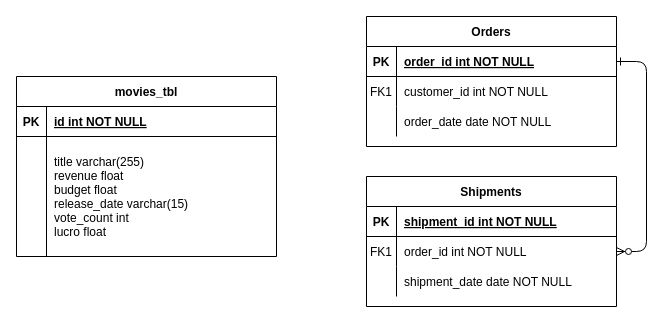
Above: desenho_solucao/Modelagem_Tabelas.drawio in bproencampos/integration-flow-challenge (draw.io), before the change. Source tidied: cells renumbered, new cells numbered last; positions are measured from the earlier drawing's top-left corner, leaving out a move shared by most shapes. Both pictures are drawn from the tidied source at 100%, with x=0, y=0 at pixel (16, 16).
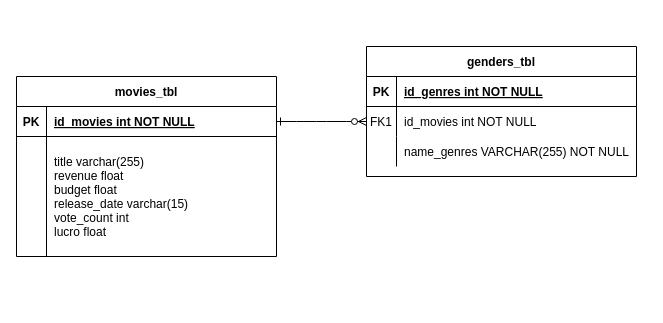
Above is the later version.

The change refers to these unchanged cells:
```xml
<mxCell id="24" style="shape=partialRectangle;fillColor=none;points=[[0,0.5],[1,0.5]];portConstraint=eastwest;top=0;left=0;right=0;bottom=1;" parent="23" vertex="1">
  <mxGeometry y="30" width="260" height="30" as="geometry" />
</mxCell>
```

The edit, as a diff of the source:
```diff
@@
-    <mxCell id="2" style="edgeStyle=entityRelationEdgeStyle;endArrow=ERzeroToMany;startArrow=ERone;endFill=1;startFill=0;" parent="1" edge="1" source="4" target="17">
+    <mxCell id="2" style="edgeStyle=entityRelationEdgeStyle;endArrow=ERzeroToMany;startArrow=ERone;endFill=1;startFill=0;exitX=1;exitY=0.5;exitDx=0;exitDy=0;" parent="1" edge="1" source="24" target="17">
       <mxGeometry relative="1" as="geometry" />
     </mxCell>
-    <mxCell id="3" value="Orders" style="shape=table;startSize=30;childLayout=tableLayout;rowLines=0;fontStyle=1;align=center;" parent="1" vertex="1">
-      <mxGeometry x="350" width="250" height="130" as="geometry" />
-    </mxCell>
-    <mxCell id="4" style="shape=partialRectangle;fillColor=none;points=[[0,0.5],[1,0.5]];portConstraint=eastwest;top=0;left=0;right=0;bottom=1;" parent="3" vertex="1">
-      <mxGeometry y="30" width="250" height="30" as="geometry" />
-    </mxCell>
-    <mxCell id="5" value="PK" style="shape=partialRectangle;overflow=hidden;fillColor=none;top=0;left=0;bottom=0;right=0;fontStyle=1;" parent="4" vertex="1">
-      <mxGeometry width="30" height="30" as="geometry" />
-    </mxCell>
-    <mxCell id="6" value="order_id int NOT NULL " style="shape=partialRectangle;overflow=hidden;fillColor=none;top=0;left=0;bottom=0;right=0;align=left;spacingLeft=6;fontStyle=5;" parent="4" vertex="1">
-      <mxGeometry x="30" width="220" height="30" as="geometry" />
-    </mxCell>
-    <mxCell id="7" style="shape=partialRectangle;fillColor=none;top=0;left=0;right=0;bottom=0;" parent="3" vertex="1">
-      <mxGeometry y="60" width="250" height="30" as="geometry" />
-    </mxCell>
-    <mxCell id="8" value="FK1" style="shape=partialRectangle;overflow=hidden;fillColor=none;top=0;left=0;bottom=0;right=0;" parent="7" vertex="1">
-      <mxGeometry width="30" height="30" as="geometry" />
-    </mxCell>
-    <mxCell id="9" value="customer_id int NOT NULL" style="shape=partialRectangle;overflow=hidden;fillColor=none;top=0;left=0;bottom=0;right=0;align=left;spacingLeft=6;" parent="7" vertex="1">
-      <mxGeometry x="30" width="220" height="30" as="geometry" />
-    </mxCell>
-    <mxCell id="10" style="shape=partialRectangle;fillColor=none;top=0;left=0;right=0;bottom=0;" parent="3" vertex="1">
-      <mxGeometry y="90" width="250" height="30" as="geometry" />
-    </mxCell>
-    <mxCell id="11" style="shape=partialRectangle;overflow=hidden;fillColor=none;top=0;left=0;bottom=0;right=0;" parent="10" vertex="1">
-      <mxGeometry width="30" height="30" as="geometry" />
-    </mxCell>
-    <mxCell id="12" value="order_date date NOT NULL" style="shape=partialRectangle;overflow=hidden;fillColor=none;top=0;left=0;bottom=0;right=0;align=left;spacingLeft=6;" parent="10" vertex="1">
-      <mxGeometry x="30" width="220" height="30" as="geometry" />
-    </mxCell>
-    <mxCell id="13" value="Shipments" style="shape=table;startSize=30;childLayout=tableLayout;rowLines=0;fontStyle=1;align=center;" parent="1" vertex="1">
-      <mxGeometry x="350" y="160" width="250" height="130" as="geometry" />
+    <mxCell id="13" value="genders_tbl" style="shape=table;startSize=30;childLayout=tableLayout;rowLines=0;fontStyle=1;align=center;" parent="1" vertex="1">
+      <mxGeometry x="350" y="30" width="270" height="130" as="geometry" />
     </mxCell>
     <mxCell id="14" style="shape=partialRectangle;fillColor=none;top=0;left=0;right=0;bottom=1;" parent="13" vertex="1">
-      <mxGeometry y="30" width="250" height="30" as="geometry" />
+      <mxGeometry y="30" width="270" height="30" as="geometry" />
     </mxCell>
@@
-    <mxCell id="16" value="shipment_id int NOT NULL " style="shape=partialRectangle;overflow=hidden;fillColor=none;top=0;left=0;bottom=0;right=0;align=left;spacingLeft=6;fontStyle=5;" parent="14" vertex="1">
-      <mxGeometry x="30" width="220" height="30" as="geometry" />
+    <mxCell id="16" value="id_genres int NOT NULL " style="shape=partialRectangle;overflow=hidden;fillColor=none;top=0;left=0;bottom=0;right=0;align=left;spacingLeft=6;fontStyle=5;" parent="14" vertex="1">
+      <mxGeometry x="30" width="240" height="30" as="geometry" />
     </mxCell>
     <mxCell id="17" style="shape=partialRectangle;fillColor=none;points=[[0,0.5],[1,0.5]];portConstraint=eastwest;top=0;left=0;right=0;bottom=0;" parent="13" vertex="1">
-      <mxGeometry y="60" width="250" height="30" as="geometry" />
+      <mxGeometry y="60" width="270" height="30" as="geometry" />
     </mxCell>
@@
-    <mxCell id="19" value="order_id int NOT NULL" style="shape=partialRectangle;overflow=hidden;fillColor=none;top=0;left=0;bottom=0;right=0;align=left;spacingLeft=6;" parent="17" vertex="1">
-      <mxGeometry x="30" width="220" height="30" as="geometry" />
+    <mxCell id="19" value="id_movies int NOT NULL" style="shape=partialRectangle;overflow=hidden;fillColor=none;top=0;left=0;bottom=0;right=0;align=left;spacingLeft=6;" parent="17" vertex="1">
+      <mxGeometry x="30" width="240" height="30" as="geometry" />
     </mxCell>
     <mxCell id="20" style="shape=partialRectangle;fillColor=none;top=0;left=0;right=0;bottom=0;" parent="13" vertex="1">
-      <mxGeometry y="90" width="250" height="30" as="geometry" />
+      <mxGeometry y="90" width="270" height="30" as="geometry" />
     </mxCell>
@@
-    <mxCell id="22" value="shipment_date date NOT NULL" style="shape=partialRectangle;overflow=hidden;fillColor=none;top=0;left=0;bottom=0;right=0;align=left;spacingLeft=6;" parent="20" vertex="1">
-      <mxGeometry x="30" width="220" height="30" as="geometry" />
+    <mxCell id="22" value="name_genres VARCHAR(255) NOT NULL" style="shape=partialRectangle;overflow=hidden;fillColor=none;top=0;left=0;bottom=0;right=0;align=left;spacingLeft=6;" parent="20" vertex="1">
+      <mxGeometry x="30" width="240" height="30" as="geometry" />
     </mxCell>
@@
-    <mxCell id="26" value="id int NOT NULL " style="shape=partialRectangle;overflow=hidden;fillColor=none;top=0;left=0;bottom=0;right=0;align=left;spacingLeft=6;fontStyle=5;" parent="24" vertex="1">
+    <mxCell id="26" value="id_movies int NOT NULL " style="shape=partialRectangle;overflow=hidden;fillColor=none;top=0;left=0;bottom=0;right=0;align=left;spacingLeft=6;fontStyle=5;" parent="24" vertex="1">
       <mxGeometry x="30" width="230" height="30" as="geometry" />
     </mxCell>
```
